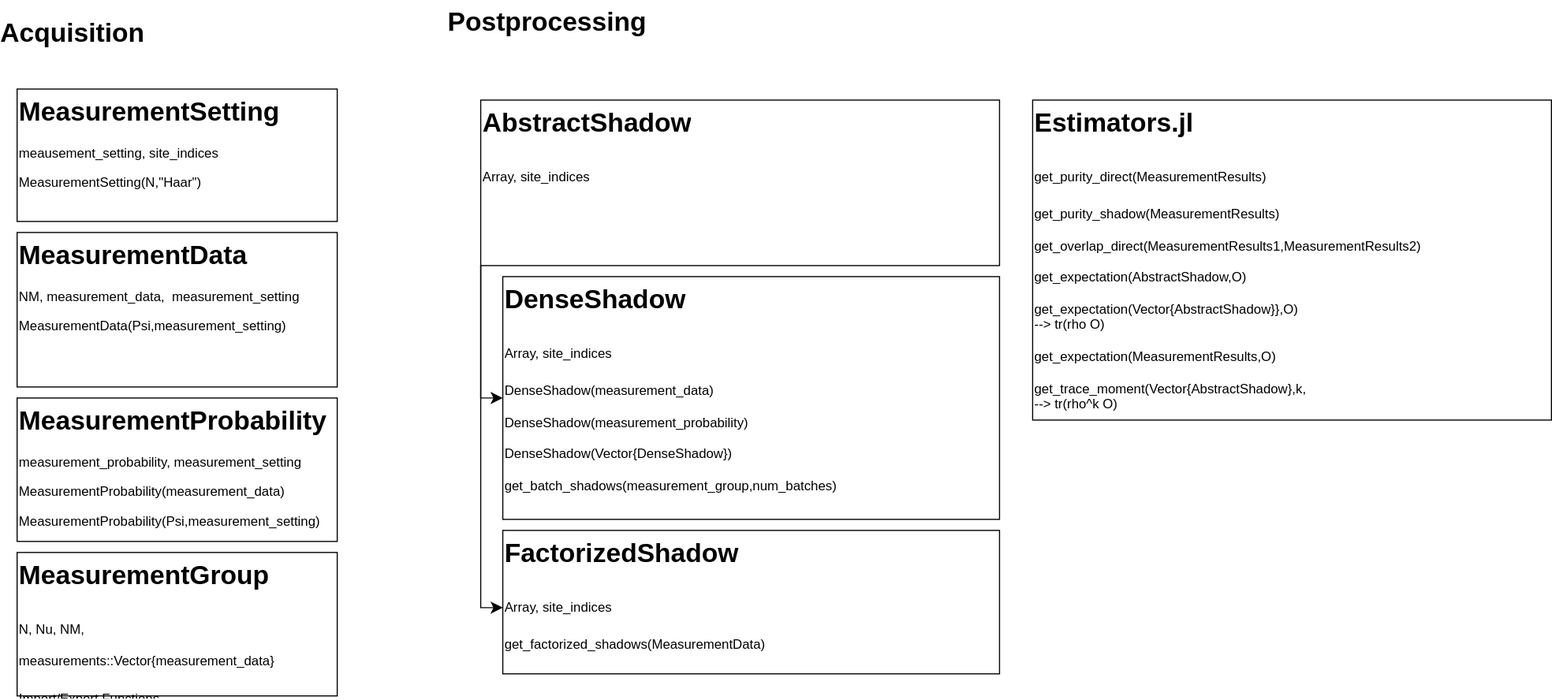
Earlier version of the draw.io export StructureRandomMeas.drawio.svg (bvermersch/RandomMeas.jl). Source tidied: cells renumbered, new cells last; positions are measured from the earlier drawing's top-left corner, leaving out a move shared by most shapes.
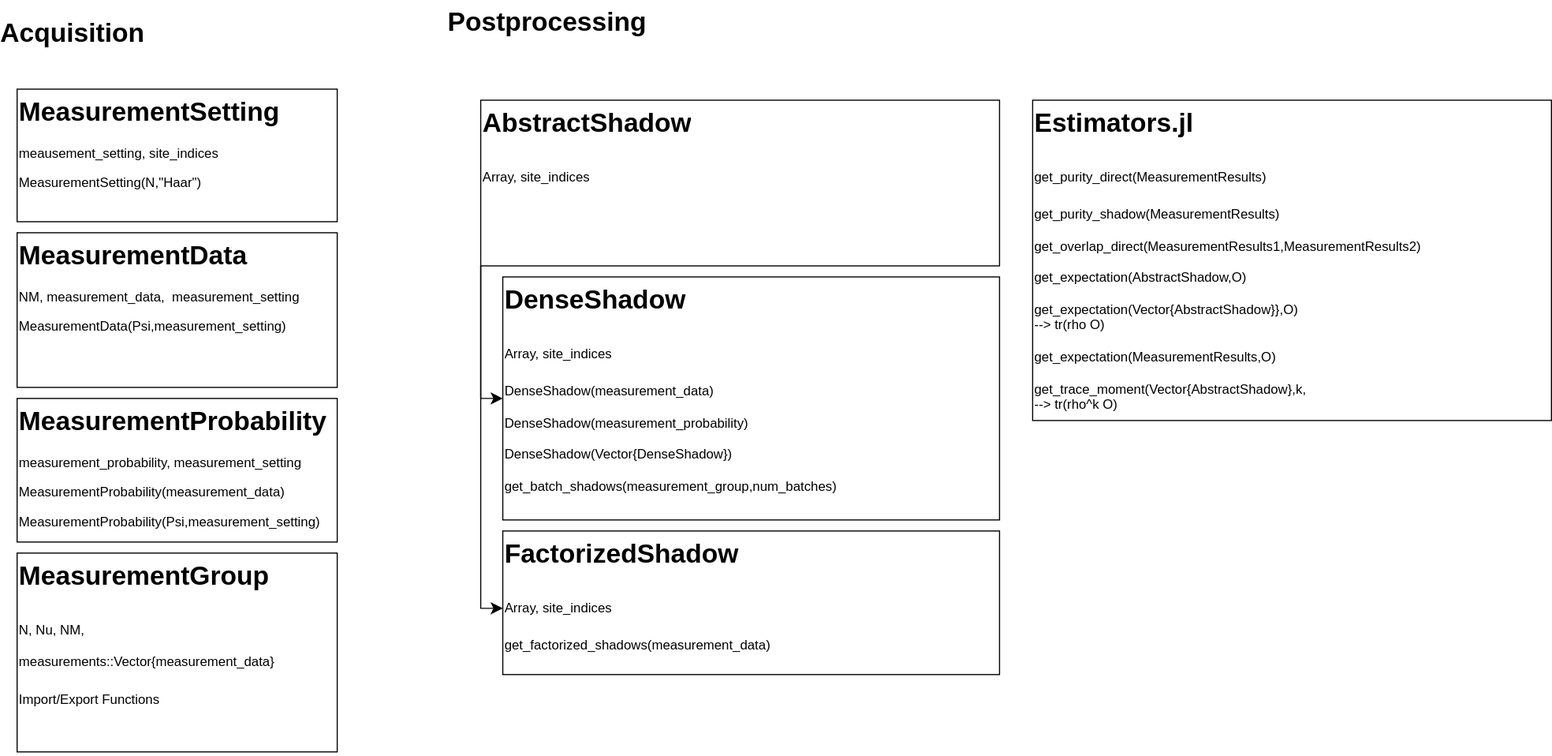
Above is the later version.

Commit message:
passed test dense shadows

Change to the diagram source:
```diff
@@ -14,14 +14,14 @@
     <mxCell id="5" value="&lt;h1 style=&quot;margin-top: 0px;&quot;&gt;&lt;span style=&quot;background-color: transparent; color: light-dark(rgb(0, 0, 0), rgb(255, 255, 255));&quot;&gt;DenseShadow&lt;/span&gt;&lt;/h1&gt;&lt;h1 style=&quot;margin-top: 0px;&quot;&gt;&lt;span style=&quot;background-color: transparent; color: light-dark(rgb(0, 0, 0), rgb(255, 255, 255)); font-size: 12px; font-weight: normal;&quot;&gt;Array, site_indices&lt;/span&gt;&lt;/h1&gt;&lt;div&gt;DenseShadow(measurement_data)&lt;/div&gt;&lt;div&gt;&lt;br&gt;&lt;/div&gt;&lt;div&gt;DenseShadow(measurement_probability)&lt;/div&gt;&lt;div&gt;&lt;br&gt;&lt;/div&gt;&lt;div&gt;DenseShadow(Vector{DenseShadow})&lt;/div&gt;&lt;div&gt;&lt;br&gt;&lt;/div&gt;&lt;div&gt;get_batch_shadows(measurement_group,num_batches)&lt;/div&gt;&lt;div&gt;&lt;br&gt;&lt;/div&gt;" style="text;html=1;whiteSpace=wrap;overflow=hidden;rounded=0;strokeColor=default;" parent="1" vertex="1">
       <mxGeometry x="440" y="250" width="450" height="220" as="geometry" />
     </mxCell>
-    <mxCell id="6" value="&lt;h1 style=&quot;margin-top: 0px;&quot;&gt;&lt;span style=&quot;background-color: transparent; color: light-dark(rgb(0, 0, 0), rgb(255, 255, 255));&quot;&gt;FactorizedShadow&lt;/span&gt;&lt;/h1&gt;&lt;h1 style=&quot;margin-top: 0px;&quot;&gt;&lt;span style=&quot;background-color: transparent; color: light-dark(rgb(0, 0, 0), rgb(255, 255, 255)); font-size: 12px; font-weight: normal;&quot;&gt;Array, site_indices&lt;/span&gt;&lt;/h1&gt;&lt;div&gt;get_factorized_shadows(MeasurementData)&lt;/div&gt;&lt;div&gt;&lt;br&gt;&lt;/div&gt;&lt;div&gt;&lt;br&gt;&lt;/div&gt;" style="text;html=1;whiteSpace=wrap;overflow=hidden;rounded=0;strokeColor=default;" parent="1" vertex="1">
+    <mxCell id="6" value="&lt;h1 style=&quot;margin-top: 0px;&quot;&gt;&lt;span style=&quot;background-color: transparent; color: light-dark(rgb(0, 0, 0), rgb(255, 255, 255));&quot;&gt;FactorizedShadow&lt;/span&gt;&lt;/h1&gt;&lt;h1 style=&quot;margin-top: 0px;&quot;&gt;&lt;span style=&quot;background-color: transparent; color: light-dark(rgb(0, 0, 0), rgb(255, 255, 255)); font-size: 12px; font-weight: normal;&quot;&gt;Array, site_indices&lt;/span&gt;&lt;/h1&gt;&lt;div&gt;get_factorized_shadows(measurement_data)&lt;/div&gt;&lt;div&gt;&lt;br&gt;&lt;/div&gt;&lt;div&gt;&lt;br&gt;&lt;/div&gt;" style="text;html=1;whiteSpace=wrap;overflow=hidden;rounded=0;strokeColor=default;" parent="1" vertex="1">
       <mxGeometry x="440" y="480" width="450" height="130" as="geometry" />
     </mxCell>
     <mxCell id="7" value="&lt;h1 style=&quot;margin-top: 0px;&quot;&gt;&lt;span style=&quot;background-color: transparent; color: light-dark(rgb(0, 0, 0), rgb(255, 255, 255));&quot;&gt;Estimators.jl&lt;/span&gt;&lt;/h1&gt;&lt;h1 style=&quot;margin-top: 0px;&quot;&gt;&lt;span style=&quot;background-color: transparent; color: light-dark(rgb(0, 0, 0), rgb(255, 255, 255)); font-size: 12px; font-weight: normal;&quot;&gt;get_purity_direct(MeasurementResults)&lt;br&gt;&lt;/span&gt;&lt;/h1&gt;&lt;div&gt;get_purity_shadow(MeasurementResults)&lt;/div&gt;&lt;div&gt;&lt;br&gt;&lt;/div&gt;&lt;div&gt;&lt;span style=&quot;background-color: transparent; color: light-dark(rgb(0, 0, 0), rgb(255, 255, 255)); font-size: 12px; font-weight: normal;&quot;&gt;get_overlap_direct(MeasurementResults1,MeasurementResults2)&lt;/span&gt;&lt;/div&gt;&lt;div&gt;&lt;span style=&quot;background-color: transparent; color: light-dark(rgb(0, 0, 0), rgb(255, 255, 255)); font-size: 12px; font-weight: normal;&quot;&gt;&lt;br&gt;&lt;/span&gt;&lt;/div&gt;&lt;div&gt;&lt;div&gt;&lt;span style=&quot;background-color: transparent; color: light-dark(rgb(0, 0, 0), rgb(255, 255, 255));&quot;&gt;get_expectation(AbstractShadow,O)&lt;/span&gt;&lt;/div&gt;&lt;/div&gt;&lt;div&gt;&lt;br&gt;&lt;/div&gt;&lt;div&gt;&lt;div&gt;&lt;span style=&quot;background-color: transparent; color: light-dark(rgb(0, 0, 0), rgb(255, 255, 255));&quot;&gt;get_expectation(Vector{AbstractShadow}},O)&lt;/span&gt;&lt;/div&gt;&lt;/div&gt;&lt;div&gt;&lt;span style=&quot;background-color: transparent; color: light-dark(rgb(0, 0, 0), rgb(255, 255, 255));&quot;&gt;--&amp;gt; tr(rho O)&lt;/span&gt;&lt;/div&gt;&lt;div&gt;&lt;span style=&quot;background-color: transparent; color: light-dark(rgb(0, 0, 0), rgb(255, 255, 255));&quot;&gt;&lt;br&gt;&lt;/span&gt;&lt;/div&gt;&lt;div&gt;&lt;span style=&quot;background-color: transparent; color: light-dark(rgb(0, 0, 0), rgb(255, 255, 255));&quot;&gt;get_expectation(MeasurementResults,O)&lt;/span&gt;&lt;/div&gt;&lt;div&gt;&lt;br&gt;&lt;/div&gt;&lt;div&gt;get_trace_moment(Vector{AbstractShadow},k,&lt;/div&gt;&lt;div&gt;--&amp;gt; tr(rho^k O)&lt;/div&gt;&lt;div&gt;&lt;br&gt;&lt;/div&gt;&lt;div&gt;&lt;br&gt;&lt;/div&gt;&lt;div&gt;&lt;br&gt;&lt;/div&gt;" style="text;html=1;whiteSpace=wrap;overflow=hidden;rounded=0;strokeColor=default;" parent="1" vertex="1">
       <mxGeometry x="920" y="90" width="470" height="290" as="geometry" />
     </mxCell>
     <mxCell id="8" value="&lt;h1 style=&quot;margin-top: 0px;&quot;&gt;MeasurementGroup&lt;/h1&gt;&lt;h1 style=&quot;margin-top: 0px;&quot;&gt;&lt;span style=&quot;background-color: transparent; color: light-dark(rgb(0, 0, 0), rgb(255, 255, 255)); font-size: 12px; font-weight: normal;&quot;&gt;N, Nu, NM, measurements::Vector{measurement_data}&lt;/span&gt;&lt;/h1&gt;&lt;p&gt;Import/Export Functions&lt;/p&gt;&lt;p&gt;&lt;br&gt;&lt;/p&gt;&lt;p&gt;&lt;br&gt;&lt;/p&gt;" style="text;html=1;whiteSpace=wrap;overflow=hidden;rounded=0;strokeColor=default;" parent="1" vertex="1">
-      <mxGeometry y="500" width="290" height="130" as="geometry" />
+      <mxGeometry y="500" width="290" height="180" as="geometry" />
     </mxCell>
     <mxCell id="9" value="Acquisition" style="text;strokeColor=none;fillColor=none;html=1;fontSize=24;fontStyle=1;verticalAlign=middle;align=center;" parent="1" vertex="1">
       <mxGeometry y="10" width="100" height="40" as="geometry" />
```
